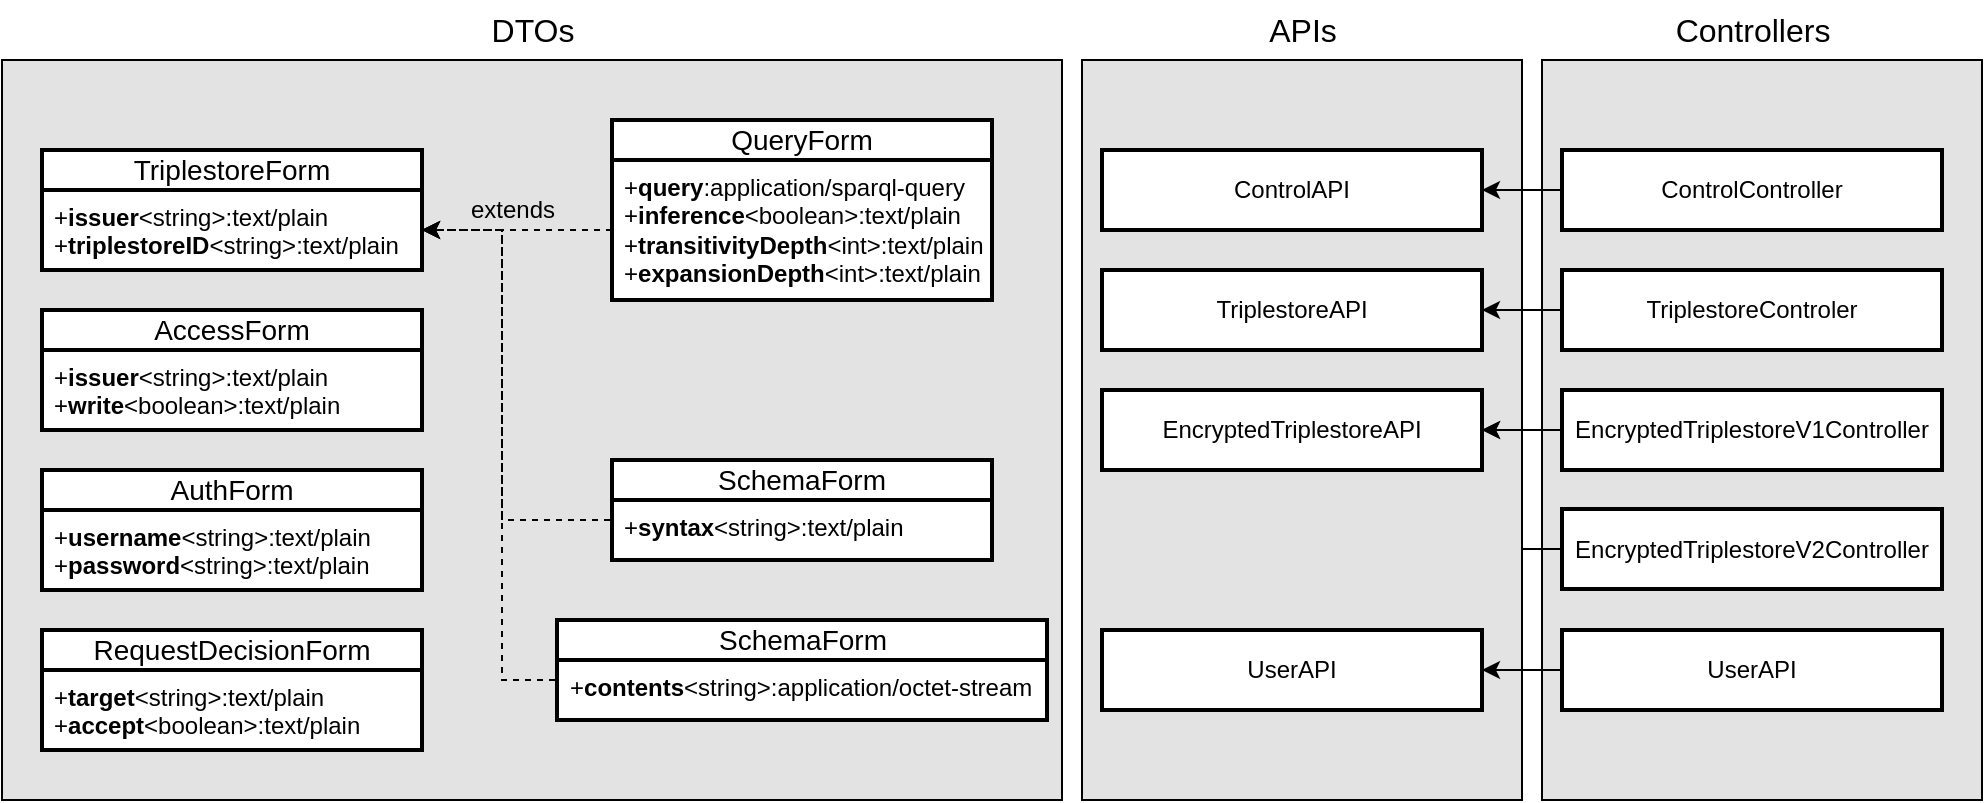
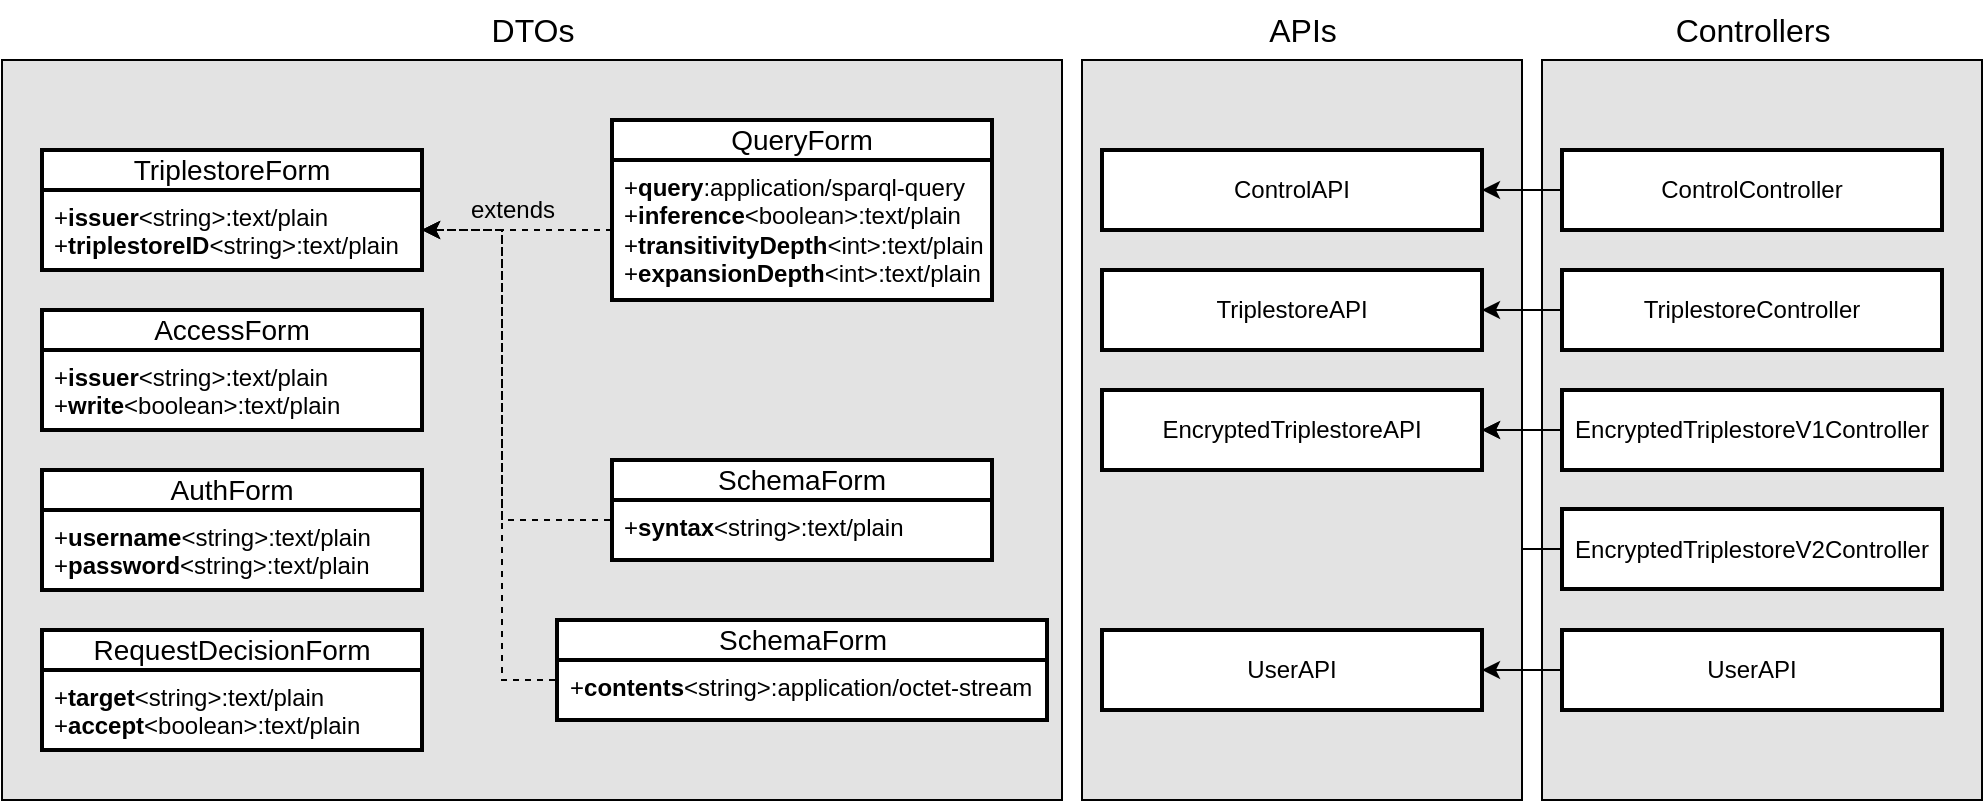
<mxfile host="Electron" agent="Mozilla/5.0 (X11; Linux x86_64) AppleWebKit/537.36 (KHTML, like Gecko) draw.io/25.0.2 Chrome/128.0.6613.186 Electron/32.2.5 Safari/537.36" version="25.0.2">
  <diagram name="Client" id="XAQegPgsvu9LW9ET_8km">
-     <mxGraphModel dx="2389" dy="1057" grid="1" gridSize="10" guides="1" tooltips="1" connect="1" arrows="1" fold="1" page="1" pageScale="1" pageWidth="827" pageHeight="1169" math="0" shadow="0">
+     <mxGraphModel dx="1452" dy="423" grid="1" gridSize="10" guides="1" tooltips="1" connect="1" arrows="1" fold="1" page="1" pageScale="1" pageWidth="827" pageHeight="1169" math="0" shadow="0">
      <root>
        <mxCell id="0" />
        <mxCell id="1" parent="0" />
        <mxCell id="nGO5yvRGHTo13ww7s1T0-4" value="" style="rounded=0;whiteSpace=wrap;html=1;fillColor=#E3E3E3;glass=0;shadow=0;strokeColor=default;" vertex="1" parent="1">
          <mxGeometry x="590" y="180" width="220" height="370" as="geometry" />
        </mxCell>
        <mxCell id="nGO5yvRGHTo13ww7s1T0-2" value="" style="rounded=0;whiteSpace=wrap;html=1;fillColor=#E3E3E3;glass=0;shadow=0;strokeColor=default;" vertex="1" parent="1">
          <mxGeometry x="360" y="180" width="220" height="370" as="geometry" />
        </mxCell>
        <mxCell id="Cd4AXcnMIFXn2X3SZWay-15" value="" style="rounded=0;whiteSpace=wrap;html=1;fillColor=#E3E3E3;glass=0;shadow=0;strokeColor=default;" parent="1" vertex="1">
          <mxGeometry x="-180" y="180" width="530" height="370" as="geometry" />
        </mxCell>
        <mxCell id="Cd4AXcnMIFXn2X3SZWay-16" value="DTOs" style="text;html=1;align=center;verticalAlign=middle;resizable=0;points=[];autosize=1;strokeColor=none;fillColor=none;dashed=1;fontSize=16;" parent="1" vertex="1">
          <mxGeometry x="55" y="150" width="60" height="30" as="geometry" />
        </mxCell>
        <mxCell id="Cd4AXcnMIFXn2X3SZWay-21" value="ControlAPI" style="rounded=0;whiteSpace=wrap;html=1;container=0;strokeWidth=2;" parent="1" vertex="1">
          <mxGeometry x="370" y="225" width="190" height="40" as="geometry" />
        </mxCell>
        <mxCell id="Cd4AXcnMIFXn2X3SZWay-22" value="TriplestoreAPI" style="rounded=0;whiteSpace=wrap;html=1;container=0;strokeWidth=2;" parent="1" vertex="1">
          <mxGeometry x="370" y="285" width="190" height="40" as="geometry" />
        </mxCell>
        <mxCell id="ZXl2YHh6mfwdpUSyU2T6-2" style="edgeStyle=orthogonalEdgeStyle;rounded=0;orthogonalLoop=1;jettySize=auto;html=1;exitX=1;exitY=0.5;exitDx=0;exitDy=0;entryX=0;entryY=0.5;entryDx=0;entryDy=0;startArrow=classic;startFill=1;endArrow=none;endFill=0;" parent="1" source="Cd4AXcnMIFXn2X3SZWay-23" target="Cd4AXcnMIFXn2X3SZWay-27" edge="1">
          <mxGeometry relative="1" as="geometry" />
        </mxCell>
        <mxCell id="ZXl2YHh6mfwdpUSyU2T6-3" style="edgeStyle=orthogonalEdgeStyle;rounded=0;orthogonalLoop=1;jettySize=auto;html=1;exitX=1;exitY=0.5;exitDx=0;exitDy=0;entryX=0;entryY=0.5;entryDx=0;entryDy=0;endArrow=none;endFill=0;startArrow=classic;startFill=1;" parent="1" source="Cd4AXcnMIFXn2X3SZWay-23" target="KFBPXKvIy5P79a1jCntG-2" edge="1">
          <mxGeometry relative="1" as="geometry" />
        </mxCell>
        <mxCell id="Cd4AXcnMIFXn2X3SZWay-23" value="&lt;p style=&quot;line-height: 120%;&quot;&gt;EncryptedTriplestoreAPI&lt;/p&gt;" style="rounded=0;whiteSpace=wrap;html=1;container=0;strokeWidth=2;" parent="1" vertex="1">
          <mxGeometry x="370" y="345" width="190" height="40" as="geometry" />
        </mxCell>
        <mxCell id="Cd4AXcnMIFXn2X3SZWay-24" value="&lt;p style=&quot;line-height: 120%;&quot;&gt;UserAPI&lt;/p&gt;" style="rounded=0;whiteSpace=wrap;html=1;container=0;strokeWidth=2;" parent="1" vertex="1">
          <mxGeometry x="370" y="465" width="190" height="40" as="geometry" />
        </mxCell>
        <mxCell id="ZXl2YHh6mfwdpUSyU2T6-7" style="edgeStyle=orthogonalEdgeStyle;rounded=0;orthogonalLoop=1;jettySize=auto;html=1;exitX=0;exitY=0.5;exitDx=0;exitDy=0;entryX=1;entryY=0.5;entryDx=0;entryDy=0;" parent="1" source="Cd4AXcnMIFXn2X3SZWay-25" target="Cd4AXcnMIFXn2X3SZWay-21" edge="1">
          <mxGeometry relative="1" as="geometry" />
        </mxCell>
        <mxCell id="Cd4AXcnMIFXn2X3SZWay-25" value="ControlController" style="rounded=0;whiteSpace=wrap;html=1;container=0;strokeWidth=2;fillColor=default;fillStyle=solid;" parent="1" vertex="1">
          <mxGeometry x="600" y="225" width="190" height="40" as="geometry" />
        </mxCell>
        <mxCell id="ZXl2YHh6mfwdpUSyU2T6-6" style="edgeStyle=orthogonalEdgeStyle;rounded=0;orthogonalLoop=1;jettySize=auto;html=1;exitX=0;exitY=0.5;exitDx=0;exitDy=0;entryX=1;entryY=0.5;entryDx=0;entryDy=0;" parent="1" source="Cd4AXcnMIFXn2X3SZWay-26" target="Cd4AXcnMIFXn2X3SZWay-22" edge="1">
          <mxGeometry relative="1" as="geometry" />
        </mxCell>
-         <mxCell id="Cd4AXcnMIFXn2X3SZWay-26" value="TriplestoreControler" style="rounded=0;whiteSpace=wrap;html=1;container=0;strokeWidth=2;fillColor=default;fillStyle=solid;" parent="1" vertex="1">
+         <mxCell id="Cd4AXcnMIFXn2X3SZWay-26" value="TriplestoreController" style="rounded=0;whiteSpace=wrap;html=1;container=0;strokeWidth=2;fillColor=default;fillStyle=solid;" parent="1" vertex="1">
          <mxGeometry x="600" y="285" width="190" height="40" as="geometry" />
        </mxCell>
        <mxCell id="Cd4AXcnMIFXn2X3SZWay-27" value="&lt;p style=&quot;line-height: 120%;&quot;&gt;EncryptedTriplestoreV1Controller&lt;/p&gt;" style="rounded=0;whiteSpace=wrap;html=1;container=0;strokeWidth=2;fillColor=default;fillStyle=solid;" parent="1" vertex="1">
          <mxGeometry x="600" y="345" width="190" height="40" as="geometry" />
        </mxCell>
        <mxCell id="ZXl2YHh6mfwdpUSyU2T6-8" style="edgeStyle=orthogonalEdgeStyle;rounded=0;orthogonalLoop=1;jettySize=auto;html=1;exitX=0;exitY=0.5;exitDx=0;exitDy=0;entryX=1;entryY=0.5;entryDx=0;entryDy=0;" parent="1" source="Cd4AXcnMIFXn2X3SZWay-28" target="Cd4AXcnMIFXn2X3SZWay-24" edge="1">
          <mxGeometry relative="1" as="geometry" />
        </mxCell>
        <mxCell id="Cd4AXcnMIFXn2X3SZWay-28" value="&lt;p style=&quot;line-height: 120%;&quot;&gt;UserAPI&lt;/p&gt;" style="rounded=0;whiteSpace=wrap;html=1;container=0;strokeWidth=2;fillColor=default;fillStyle=solid;" parent="1" vertex="1">
          <mxGeometry x="600" y="465" width="190" height="40" as="geometry" />
        </mxCell>
        <mxCell id="KFBPXKvIy5P79a1jCntG-2" value="&lt;p style=&quot;line-height: 120%;&quot;&gt;EncryptedTriplestoreV2Controller&lt;/p&gt;" style="rounded=0;whiteSpace=wrap;html=1;container=0;strokeWidth=2;fillColor=default;fillStyle=solid;" parent="1" vertex="1">
          <mxGeometry x="600" y="404.5" width="190" height="40" as="geometry" />
        </mxCell>
        <mxCell id="ZXl2YHh6mfwdpUSyU2T6-44" value="AccessForm" style="swimlane;childLayout=stackLayout;horizontal=1;startSize=20;horizontalStack=0;rounded=0;fontSize=14;fontStyle=0;strokeWidth=2;resizeParent=0;resizeLast=1;shadow=0;align=center;arcSize=4;whiteSpace=wrap;html=1;fillColor=default;swimlaneFillColor=#FFFFFF;swimlaneLine=1;dropTarget=1;collapsible=0;perimeterSpacing=0;" parent="1" vertex="1">
          <mxGeometry x="-160" y="305" width="190" height="60" as="geometry" />
        </mxCell>
        <mxCell id="ZXl2YHh6mfwdpUSyU2T6-45" value="+&lt;b&gt;issuer&lt;/b&gt;&amp;lt;string&amp;gt;:text/plain&lt;br&gt;+&lt;b&gt;write&lt;/b&gt;&amp;lt;boolean&amp;gt;:text/plain" style="align=left;strokeColor=none;fillColor=none;spacingLeft=4;fontSize=12;verticalAlign=top;resizable=0;rotatable=0;part=1;html=1;swimlaneFillColor=#FFFFFF;perimeterSpacing=0;" parent="ZXl2YHh6mfwdpUSyU2T6-44" vertex="1">
          <mxGeometry y="20" width="190" height="40" as="geometry" />
        </mxCell>
        <mxCell id="ZXl2YHh6mfwdpUSyU2T6-46" value="AuthForm" style="swimlane;childLayout=stackLayout;horizontal=1;startSize=20;horizontalStack=0;rounded=0;fontSize=14;fontStyle=0;strokeWidth=2;resizeParent=0;resizeLast=1;shadow=0;align=center;arcSize=4;whiteSpace=wrap;html=1;fillColor=default;swimlaneFillColor=#FFFFFF;swimlaneLine=1;dropTarget=1;collapsible=0;perimeterSpacing=0;" parent="1" vertex="1">
          <mxGeometry x="-160" y="385" width="190" height="60" as="geometry" />
        </mxCell>
        <mxCell id="ZXl2YHh6mfwdpUSyU2T6-47" value="+&lt;b&gt;username&lt;/b&gt;&amp;lt;string&amp;gt;:text/plain&lt;br&gt;+&lt;b&gt;password&lt;/b&gt;&amp;lt;string&amp;gt;:text/plain" style="align=left;strokeColor=none;fillColor=none;spacingLeft=4;fontSize=12;verticalAlign=top;resizable=0;rotatable=0;part=1;html=1;swimlaneFillColor=#FFFFFF;perimeterSpacing=0;" parent="ZXl2YHh6mfwdpUSyU2T6-46" vertex="1">
          <mxGeometry y="20" width="190" height="40" as="geometry" />
        </mxCell>
        <mxCell id="ZXl2YHh6mfwdpUSyU2T6-48" value="RequestDecisionForm" style="swimlane;childLayout=stackLayout;horizontal=1;startSize=20;horizontalStack=0;rounded=0;fontSize=14;fontStyle=0;strokeWidth=2;resizeParent=0;resizeLast=1;shadow=0;align=center;arcSize=4;whiteSpace=wrap;html=1;fillColor=default;swimlaneFillColor=#FFFFFF;swimlaneLine=1;dropTarget=1;collapsible=0;perimeterSpacing=0;" parent="1" vertex="1">
          <mxGeometry x="-160" y="465" width="190" height="60" as="geometry" />
        </mxCell>
        <mxCell id="ZXl2YHh6mfwdpUSyU2T6-49" value="+&lt;b&gt;target&lt;/b&gt;&amp;lt;string&amp;gt;:text/plain&lt;br&gt;+&lt;b&gt;accept&lt;/b&gt;&amp;lt;boolean&amp;gt;:text/plain" style="align=left;strokeColor=none;fillColor=none;spacingLeft=4;fontSize=12;verticalAlign=top;resizable=0;rotatable=0;part=1;html=1;swimlaneFillColor=#FFFFFF;perimeterSpacing=0;" parent="ZXl2YHh6mfwdpUSyU2T6-48" vertex="1">
          <mxGeometry y="20" width="190" height="40" as="geometry" />
        </mxCell>
        <mxCell id="ZXl2YHh6mfwdpUSyU2T6-50" value="TriplestoreForm" style="swimlane;childLayout=stackLayout;horizontal=1;startSize=20;horizontalStack=0;rounded=0;fontSize=14;fontStyle=0;strokeWidth=2;resizeParent=0;resizeLast=1;shadow=0;align=center;arcSize=4;whiteSpace=wrap;html=1;fillColor=default;swimlaneFillColor=#FFFFFF;swimlaneLine=1;dropTarget=1;collapsible=0;perimeterSpacing=0;swimlaneHead=1;swimlaneBody=1;perimeter=rectanglePerimeter;container=1;fixDash=0;" parent="1" vertex="1">
          <mxGeometry x="-160" y="225" width="190" height="60" as="geometry" />
        </mxCell>
        <mxCell id="ZXl2YHh6mfwdpUSyU2T6-51" value="+&lt;b&gt;issuer&lt;/b&gt;&amp;lt;string&amp;gt;:text/plain&lt;br&gt;+&lt;b&gt;triplestoreID&lt;/b&gt;&amp;lt;string&amp;gt;:text/plain" style="align=left;strokeColor=none;fillColor=none;spacingLeft=4;fontSize=12;verticalAlign=top;resizable=0;rotatable=0;part=1;html=1;swimlaneFillColor=#FFFFFF;perimeterSpacing=0;" parent="ZXl2YHh6mfwdpUSyU2T6-50" vertex="1">
          <mxGeometry y="20" width="190" height="40" as="geometry" />
        </mxCell>
        <mxCell id="ZXl2YHh6mfwdpUSyU2T6-52" value="QueryForm" style="swimlane;childLayout=stackLayout;horizontal=1;startSize=20;horizontalStack=0;rounded=0;fontSize=14;fontStyle=0;strokeWidth=2;resizeParent=0;resizeLast=1;shadow=0;align=center;arcSize=4;whiteSpace=wrap;html=1;fillColor=default;swimlaneFillColor=#FFFFFF;swimlaneLine=1;dropTarget=1;collapsible=0;perimeterSpacing=0;" parent="1" vertex="1">
          <mxGeometry x="125" y="210" width="190" height="90" as="geometry" />
        </mxCell>
        <mxCell id="ZXl2YHh6mfwdpUSyU2T6-53" value="+&lt;b&gt;query&lt;/b&gt;:application/sparql-query&lt;br&gt;+&lt;b&gt;inference&lt;/b&gt;&amp;lt;boolean&amp;gt;:text/plain&lt;div&gt;+&lt;b&gt;transitivityDepth&lt;/b&gt;&amp;lt;int&amp;gt;:text/plain&lt;/div&gt;&lt;div&gt;+&lt;b&gt;expansionDepth&lt;/b&gt;&amp;lt;int&amp;gt;:text/plain&lt;br&gt;&lt;/div&gt;" style="align=left;strokeColor=none;fillColor=none;spacingLeft=4;fontSize=12;verticalAlign=top;resizable=0;rotatable=0;part=1;html=1;swimlaneFillColor=#FFFFFF;perimeterSpacing=0;" parent="ZXl2YHh6mfwdpUSyU2T6-52" vertex="1">
          <mxGeometry y="20" width="190" height="70" as="geometry" />
        </mxCell>
        <mxCell id="ZXl2YHh6mfwdpUSyU2T6-59" style="edgeStyle=orthogonalEdgeStyle;rounded=0;orthogonalLoop=1;jettySize=auto;html=1;exitX=0;exitY=0.5;exitDx=0;exitDy=0;entryX=1;entryY=0.5;entryDx=0;entryDy=0;dashed=1;" parent="1" source="ZXl2YHh6mfwdpUSyU2T6-53" target="ZXl2YHh6mfwdpUSyU2T6-51" edge="1">
          <mxGeometry relative="1" as="geometry" />
        </mxCell>
        <mxCell id="ZXl2YHh6mfwdpUSyU2T6-60" value="extends" style="text;html=1;align=center;verticalAlign=middle;resizable=0;points=[];autosize=1;strokeColor=none;fillColor=none;" parent="1" vertex="1">
          <mxGeometry x="40" y="240" width="70" height="30" as="geometry" />
        </mxCell>
        <mxCell id="ZXl2YHh6mfwdpUSyU2T6-61" value="SchemaForm" style="swimlane;childLayout=stackLayout;horizontal=1;startSize=20;horizontalStack=0;rounded=0;fontSize=14;fontStyle=0;strokeWidth=2;resizeParent=0;resizeLast=1;shadow=0;align=center;arcSize=4;whiteSpace=wrap;html=1;fillColor=default;swimlaneFillColor=#FFFFFF;swimlaneLine=1;dropTarget=1;collapsible=0;perimeterSpacing=0;" parent="1" vertex="1">
          <mxGeometry x="125" y="380" width="190" height="50" as="geometry" />
        </mxCell>
        <mxCell id="ZXl2YHh6mfwdpUSyU2T6-62" value="+&lt;b&gt;syntax&lt;/b&gt;&amp;lt;string&amp;gt;:text/plain&lt;div&gt;&lt;br/&gt;&lt;/div&gt;" style="align=left;strokeColor=none;fillColor=none;spacingLeft=4;fontSize=12;verticalAlign=top;resizable=0;rotatable=0;part=1;html=1;swimlaneFillColor=#FFFFFF;perimeterSpacing=0;" parent="ZXl2YHh6mfwdpUSyU2T6-61" vertex="1">
          <mxGeometry y="20" width="190" height="30" as="geometry" />
        </mxCell>
        <mxCell id="ZXl2YHh6mfwdpUSyU2T6-65" style="edgeStyle=orthogonalEdgeStyle;rounded=0;orthogonalLoop=1;jettySize=auto;html=1;exitX=0;exitY=0.5;exitDx=0;exitDy=0;entryX=1;entryY=0.5;entryDx=0;entryDy=0;dashed=1;" parent="1" source="ZXl2YHh6mfwdpUSyU2T6-62" target="ZXl2YHh6mfwdpUSyU2T6-51" edge="1">
          <mxGeometry relative="1" as="geometry">
            <Array as="points">
              <mxPoint x="125" y="410" />
              <mxPoint x="70" y="410" />
              <mxPoint x="70" y="265" />
            </Array>
          </mxGeometry>
        </mxCell>
        <mxCell id="ZXl2YHh6mfwdpUSyU2T6-66" value="SchemaForm" style="swimlane;childLayout=stackLayout;horizontal=1;startSize=20;horizontalStack=0;rounded=0;fontSize=14;fontStyle=0;strokeWidth=2;resizeParent=0;resizeLast=1;shadow=0;align=center;arcSize=4;whiteSpace=wrap;html=1;fillColor=default;swimlaneFillColor=#FFFFFF;swimlaneLine=1;dropTarget=1;collapsible=0;perimeterSpacing=0;" parent="1" vertex="1">
          <mxGeometry x="97.5" y="460" width="245" height="50" as="geometry" />
        </mxCell>
        <mxCell id="ZXl2YHh6mfwdpUSyU2T6-67" value="+&lt;b&gt;contents&lt;/b&gt;&amp;lt;string&amp;gt;:application/octet-stream&lt;div&gt;&lt;br/&gt;&lt;/div&gt;" style="align=left;strokeColor=none;fillColor=none;spacingLeft=4;fontSize=12;verticalAlign=top;resizable=0;rotatable=0;part=1;html=1;swimlaneFillColor=#FFFFFF;perimeterSpacing=0;" parent="ZXl2YHh6mfwdpUSyU2T6-66" vertex="1">
          <mxGeometry y="20" width="245" height="30" as="geometry" />
        </mxCell>
        <mxCell id="ZXl2YHh6mfwdpUSyU2T6-68" style="edgeStyle=orthogonalEdgeStyle;rounded=0;orthogonalLoop=1;jettySize=auto;html=1;exitX=0;exitY=0.5;exitDx=0;exitDy=0;entryX=1;entryY=0.5;entryDx=0;entryDy=0;dashed=1;" parent="1" source="ZXl2YHh6mfwdpUSyU2T6-67" target="ZXl2YHh6mfwdpUSyU2T6-51" edge="1">
          <mxGeometry relative="1" as="geometry">
            <mxPoint x="135" y="370" as="sourcePoint" />
            <mxPoint x="40" y="275" as="targetPoint" />
            <Array as="points">
              <mxPoint x="98" y="490" />
              <mxPoint x="70" y="490" />
              <mxPoint x="70" y="265" />
            </Array>
          </mxGeometry>
        </mxCell>
        <mxCell id="nGO5yvRGHTo13ww7s1T0-3" value="APIs" style="text;html=1;align=center;verticalAlign=middle;resizable=0;points=[];autosize=1;strokeColor=none;fillColor=none;dashed=1;fontSize=16;" vertex="1" parent="1">
          <mxGeometry x="440" y="150" width="60" height="30" as="geometry" />
        </mxCell>
        <mxCell id="nGO5yvRGHTo13ww7s1T0-5" value="Controllers" style="text;html=1;align=center;verticalAlign=middle;resizable=0;points=[];autosize=1;strokeColor=none;fillColor=none;dashed=1;fontSize=16;" vertex="1" parent="1">
          <mxGeometry x="645" y="150" width="100" height="30" as="geometry" />
        </mxCell>
      </root>
    </mxGraphModel>
  </diagram>
</mxfile>
